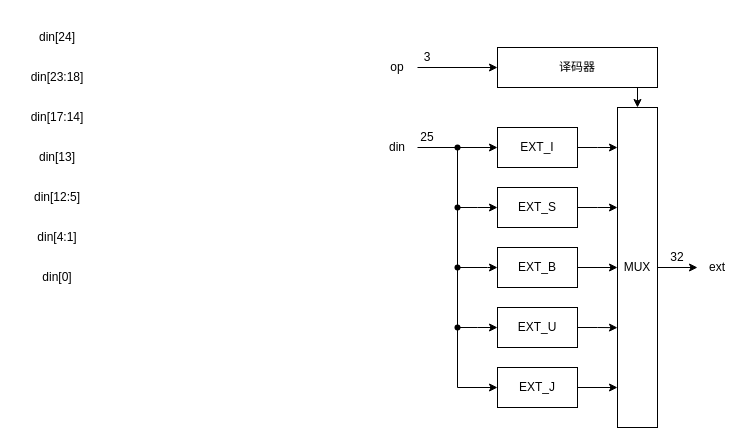
Above: lab2-single-cycle-cpu/SEXT模块图.drawio in ChenRuiwei/cpu-design (draw.io), before the change. Source tidied: cells renumbered, new cells numbered last; positions are measured from the earlier drawing's top-left corner, leaving out a move shared by most shapes. Both pictures are drawn from the tidied source at 100%, with x=0, y=0 at pixel (17, 17).
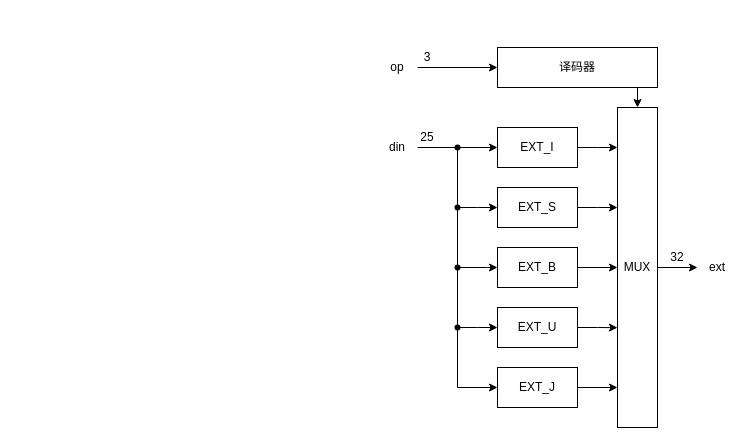
The same diagram, later.

Commit message (it also covers changes not shown here):
Lab2: change drawio files to fit extended instructions

The edit, as a diff of the source:
```diff
@@
-    <mxCell id="2" value="din[24]" style="text;html=1;strokeColor=none;fillColor=none;align=center;verticalAlign=middle;whiteSpace=wrap;rounded=0;" parent="1" vertex="1">
-      <mxGeometry width="80" height="40" as="geometry" />
-    </mxCell>
-    <mxCell id="3" value="din[23:18]" style="text;html=1;strokeColor=none;fillColor=none;align=center;verticalAlign=middle;whiteSpace=wrap;rounded=0;" parent="1" vertex="1">
-      <mxGeometry y="40" width="80" height="40" as="geometry" />
-    </mxCell>
-    <mxCell id="4" value="din[17:14]" style="text;html=1;strokeColor=none;fillColor=none;align=center;verticalAlign=middle;whiteSpace=wrap;rounded=0;" parent="1" vertex="1">
-      <mxGeometry y="80" width="80" height="40" as="geometry" />
-    </mxCell>
-    <mxCell id="5" value="din[13]" style="text;html=1;strokeColor=none;fillColor=none;align=center;verticalAlign=middle;whiteSpace=wrap;rounded=0;" parent="1" vertex="1">
-      <mxGeometry y="120" width="80" height="40" as="geometry" />
-    </mxCell>
-    <mxCell id="6" value="din[12:5]" style="text;html=1;strokeColor=none;fillColor=none;align=center;verticalAlign=middle;whiteSpace=wrap;rounded=0;" parent="1" vertex="1">
-      <mxGeometry y="160" width="80" height="40" as="geometry" />
-    </mxCell>
-    <mxCell id="7" value="din[4:1]" style="text;html=1;strokeColor=none;fillColor=none;align=center;verticalAlign=middle;whiteSpace=wrap;rounded=0;" parent="1" vertex="1">
-      <mxGeometry y="200" width="80" height="40" as="geometry" />
-    </mxCell>
-    <mxCell id="8" value="din[0]" style="text;html=1;strokeColor=none;fillColor=none;align=center;verticalAlign=middle;whiteSpace=wrap;rounded=0;" parent="1" vertex="1">
-      <mxGeometry y="240" width="80" height="40" as="geometry" />
-    </mxCell>
```
